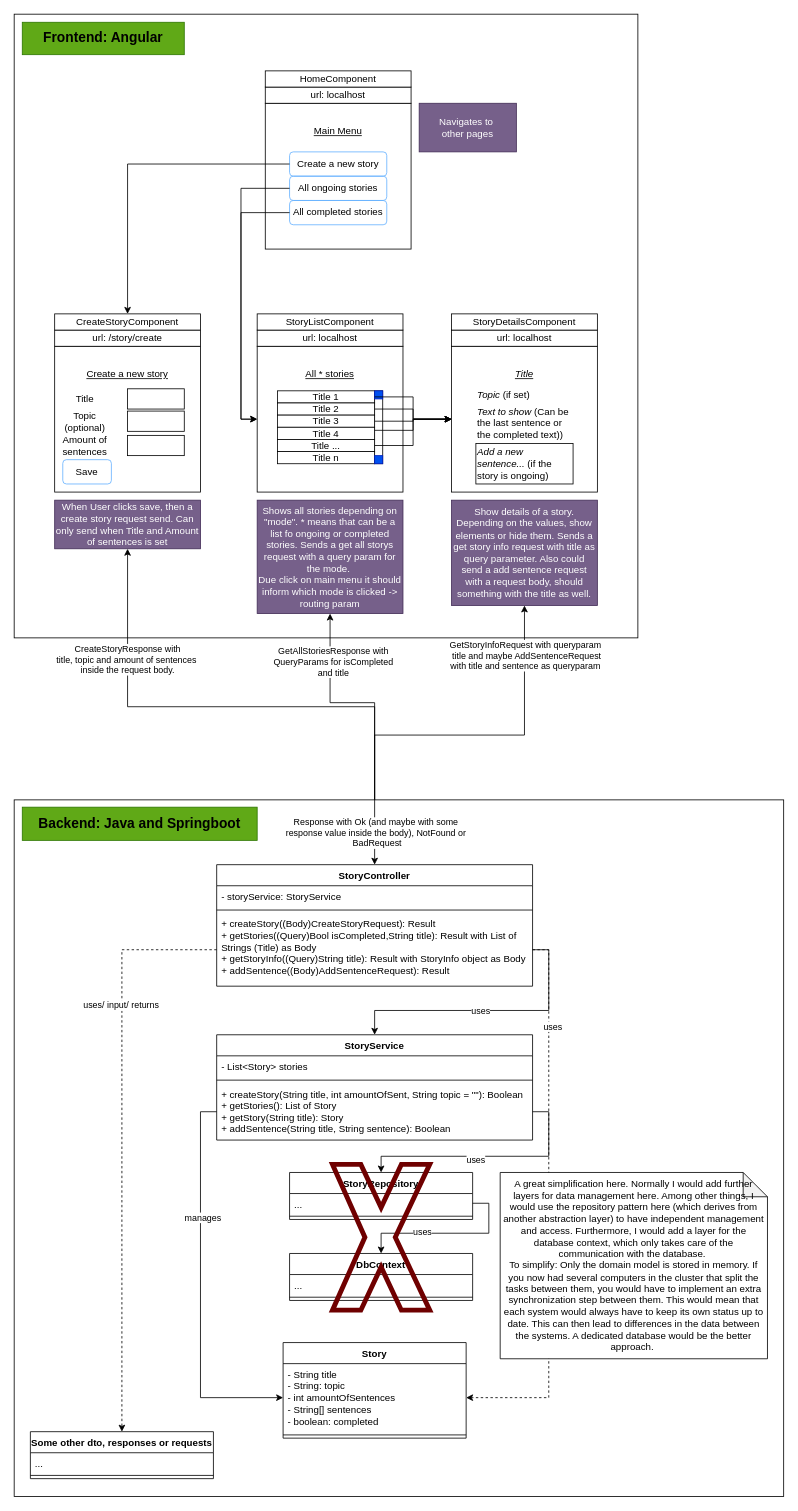
Earlier version of the draw.io diagram ShortOverview.drawio (Tnail1994/StoryGameApi). Source tidied: cells renumbered, new cells numbered last; positions are measured from the earlier drawing's top-left corner, leaving out a move shared by most shapes. Both pictures are drawn from the tidied source at 81%, with x=0, y=0 at pixel (14, 14).
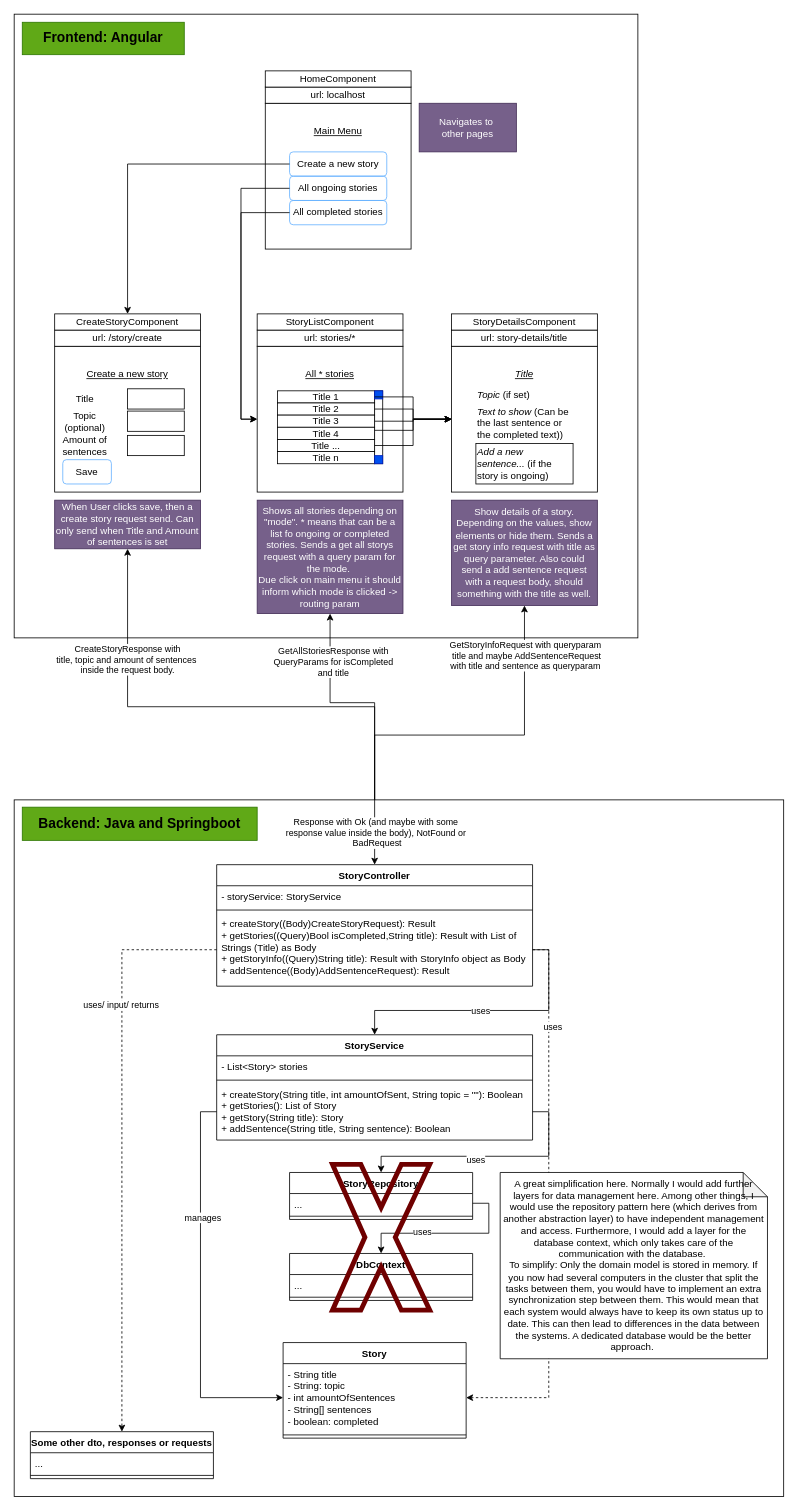
The same page after the edit.

Commit message (it also covers changes not shown here):
Added overview explanation and filled stories #7 and #8

The change refers to these unchanged cells:
```xml
<mxCell id="28" style="group;" parent="1" vertex="1">
  <mxGeometry x="300" y="370" width="180" height="220" as="geometry" />
</mxCell>
<mxCell id="43" style="group;" parent="1" vertex="1">
  <mxGeometry x="540" y="370" width="180" height="220" as="geometry" />
</mxCell>
```

Change to the diagram source:
```diff
@@
-    <mxCell id="30" value="url: localhost" style="rounded=0;whiteSpace=wrap;html=1;" parent="28" vertex="1">
+    <mxCell id="30" value="url: stories/*" style="rounded=0;whiteSpace=wrap;html=1;" parent="28" vertex="1">
       <mxGeometry y="20" width="180" height="20" as="geometry" />
     </mxCell>
@@
-    <mxCell id="45" value="url: localhost" style="rounded=0;whiteSpace=wrap;html=1;" parent="43" vertex="1">
+    <mxCell id="45" value="url: story-details/title" style="rounded=0;whiteSpace=wrap;html=1;" parent="43" vertex="1">
       <mxGeometry y="20" width="180" height="20" as="geometry" />
     </mxCell>
```
